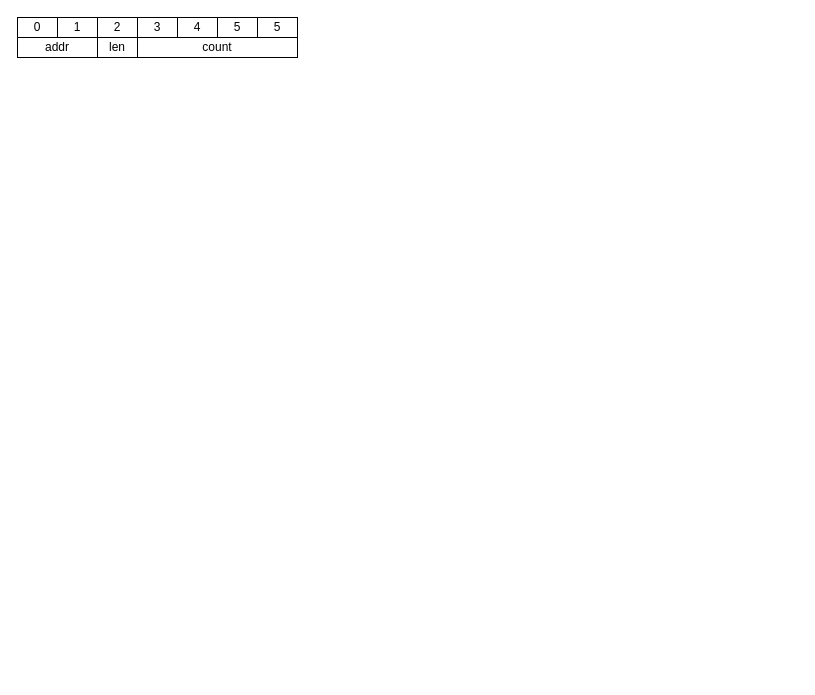
This is page "serial" (4 of 4) of docs/diagrams_src.drawio from korrmet/ytk, a draw.io file, before an edit. Source tidied: cells renumbered, new cells numbered last; positions are measured from the earlier drawing's top-left corner, leaving out a move shared by most shapes. Both pictures are drawn from the tidied source at 100%, with x=0, y=0 at pixel (17, 17).
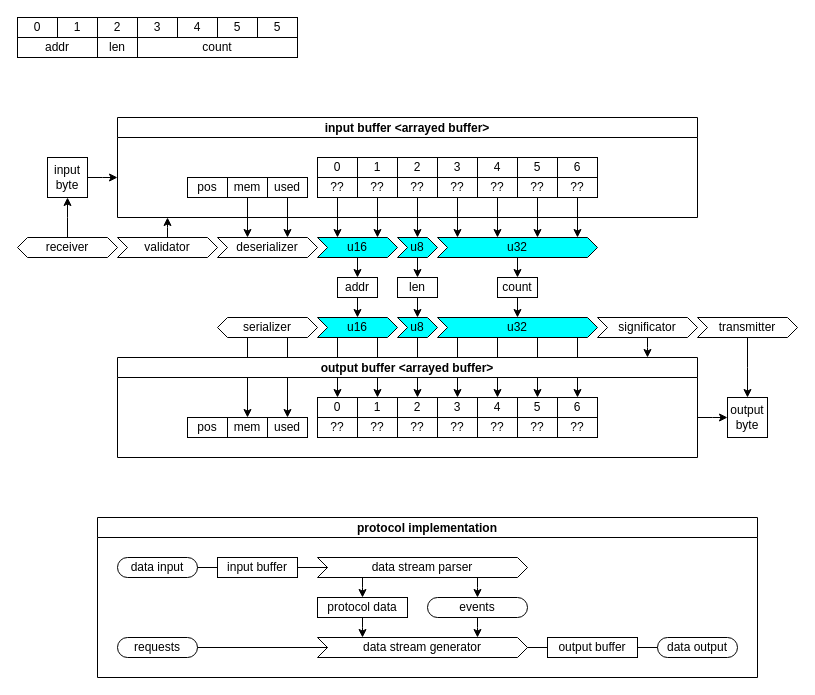
Above is the later version.

Diff of the diagram source:
```diff
@@
+    <mxCell id="12" value="input&lt;br&gt;byte" style="rounded=0;whiteSpace=wrap;html=1;fontFamily=Iosevka;" parent="1" vertex="1">
+      <mxGeometry x="30" y="140" width="40" height="40" as="geometry" />
+    </mxCell>
+    <mxCell id="13" value="addr" style="rounded=0;whiteSpace=wrap;html=1;fontFamily=Iosevka;" parent="1" vertex="1">
+      <mxGeometry x="320" y="260" width="40" height="20" as="geometry" />
+    </mxCell>
+    <mxCell id="14" value="len" style="rounded=0;whiteSpace=wrap;html=1;fontFamily=Iosevka;" parent="1" vertex="1">
+      <mxGeometry x="380" y="260" width="40" height="20" as="geometry" />
+    </mxCell>
+    <mxCell id="15" value="count" style="rounded=0;whiteSpace=wrap;html=1;fontFamily=Iosevka;" parent="1" vertex="1">
+      <mxGeometry x="480" y="260" width="40" height="20" as="geometry" />
+    </mxCell>
+    <mxCell id="16" value="input buffer &lt;arrayed buffer&gt;" style="swimlane;fontFamily=Iosevka;startSize=20;" parent="1" vertex="1">
+      <mxGeometry x="100" y="100" width="580" height="100" as="geometry" />
+    </mxCell>
+    <mxCell id="17" value="0" style="rounded=0;whiteSpace=wrap;html=1;fontFamily=Iosevka;" parent="16" vertex="1">
+      <mxGeometry x="200" y="40" width="40" height="20" as="geometry" />
+    </mxCell>
+    <mxCell id="18" value="1" style="rounded=0;whiteSpace=wrap;html=1;fontFamily=Iosevka;" parent="16" vertex="1">
+      <mxGeometry x="240" y="40" width="40" height="20" as="geometry" />
+    </mxCell>
+    <mxCell id="19" value="2" style="rounded=0;whiteSpace=wrap;html=1;fontFamily=Iosevka;" parent="16" vertex="1">
+      <mxGeometry x="280" y="40" width="40" height="20" as="geometry" />
+    </mxCell>
+    <mxCell id="20" value="3" style="rounded=0;whiteSpace=wrap;html=1;fontFamily=Iosevka;" parent="16" vertex="1">
+      <mxGeometry x="320" y="40" width="40" height="20" as="geometry" />
+    </mxCell>
+    <mxCell id="21" value="4" style="rounded=0;whiteSpace=wrap;html=1;fontFamily=Iosevka;" parent="16" vertex="1">
+      <mxGeometry x="360" y="40" width="40" height="20" as="geometry" />
+    </mxCell>
+    <mxCell id="22" value="5" style="rounded=0;whiteSpace=wrap;html=1;fontFamily=Iosevka;" parent="16" vertex="1">
+      <mxGeometry x="400" y="40" width="40" height="20" as="geometry" />
+    </mxCell>
+    <mxCell id="23" value="6" style="rounded=0;whiteSpace=wrap;html=1;fontFamily=Iosevka;" parent="16" vertex="1">
+      <mxGeometry x="440" y="40" width="40" height="20" as="geometry" />
+    </mxCell>
+    <mxCell id="24" value="??" style="rounded=0;whiteSpace=wrap;html=1;fontFamily=Iosevka;" parent="16" vertex="1">
+      <mxGeometry x="200" y="60" width="40" height="20" as="geometry" />
+    </mxCell>
+    <mxCell id="25" value="??" style="rounded=0;whiteSpace=wrap;html=1;fontFamily=Iosevka;" parent="16" vertex="1">
+      <mxGeometry x="240" y="60" width="40" height="20" as="geometry" />
+    </mxCell>
+    <mxCell id="26" value="??" style="rounded=0;whiteSpace=wrap;html=1;fontFamily=Iosevka;" parent="16" vertex="1">
+      <mxGeometry x="280" y="60" width="40" height="20" as="geometry" />
+    </mxCell>
+    <mxCell id="27" value="??" style="rounded=0;whiteSpace=wrap;html=1;fontFamily=Iosevka;" parent="16" vertex="1">
+      <mxGeometry x="320" y="60" width="40" height="20" as="geometry" />
+    </mxCell>
+    <mxCell id="28" value="??" style="rounded=0;whiteSpace=wrap;html=1;fontFamily=Iosevka;" parent="16" vertex="1">
+      <mxGeometry x="360" y="60" width="40" height="20" as="geometry" />
+    </mxCell>
+    <mxCell id="29" value="??" style="rounded=0;whiteSpace=wrap;html=1;fontFamily=Iosevka;" parent="16" vertex="1">
+      <mxGeometry x="400" y="60" width="40" height="20" as="geometry" />
+    </mxCell>
+    <mxCell id="30" value="??" style="rounded=0;whiteSpace=wrap;html=1;fontFamily=Iosevka;" parent="16" vertex="1">
+      <mxGeometry x="440" y="60" width="40" height="20" as="geometry" />
+    </mxCell>
+    <mxCell id="31" value="used" style="rounded=0;whiteSpace=wrap;html=1;fontFamily=Iosevka;" parent="16" vertex="1">
+      <mxGeometry x="150" y="60" width="40" height="20" as="geometry" />
+    </mxCell>
+    <mxCell id="32" value="mem" style="rounded=0;whiteSpace=wrap;html=1;fontFamily=Iosevka;" parent="16" vertex="1">
+      <mxGeometry x="110" y="60" width="40" height="20" as="geometry" />
+    </mxCell>
+    <mxCell id="33" value="pos" style="rounded=0;whiteSpace=wrap;html=1;fontFamily=Iosevka;" parent="16" vertex="1">
+      <mxGeometry x="70" y="60" width="40" height="20" as="geometry" />
+    </mxCell>
+    <mxCell id="34" style="endArrow=classic;html=1;rounded=0;fontFamily=Iosevka;edgeStyle=elbowEdgeStyle;elbow=vertical;" parent="1" edge="1" source="12" target="16">
+      <mxGeometry relative="1" as="geometry" />
+    </mxCell>
+    <mxCell id="35" style="endArrow=classic;html=1;rounded=0;fontFamily=Iosevka;edgeStyle=elbowEdgeStyle;" parent="1" edge="1" source="24" target="54">
+      <mxGeometry relative="1" as="geometry" />
+    </mxCell>
+    <mxCell id="36" style="endArrow=classic;html=1;rounded=0;fontFamily=Iosevka;edgeStyle=elbowEdgeStyle;" parent="1" edge="1" source="25" target="54">
+      <mxGeometry relative="1" as="geometry" />
+    </mxCell>
+    <mxCell id="37" style="endArrow=classic;html=1;rounded=0;fontFamily=Iosevka;edgeStyle=elbowEdgeStyle;" parent="1" edge="1" source="26" target="55">
+      <mxGeometry relative="1" as="geometry">
+        <Array as="points">
+          <mxPoint x="400" y="220" />
+        </Array>
+      </mxGeometry>
+    </mxCell>
+    <mxCell id="38" style="endArrow=classic;html=1;rounded=0;fontFamily=Iosevka;edgeStyle=elbowEdgeStyle;" parent="1" edge="1" source="27" target="56">
+      <mxGeometry relative="1" as="geometry">
+        <Array as="points">
+          <mxPoint x="440" y="220" />
+        </Array>
+      </mxGeometry>
+    </mxCell>
+    <mxCell id="39" style="endArrow=classic;html=1;rounded=0;fontFamily=Iosevka;edgeStyle=elbowEdgeStyle;" parent="1" edge="1" source="28" target="56">
+      <mxGeometry relative="1" as="geometry" />
+    </mxCell>
+    <mxCell id="40" style="endArrow=classic;html=1;rounded=0;fontFamily=Iosevka;edgeStyle=elbowEdgeStyle;" parent="1" edge="1" source="29" target="56">
+      <mxGeometry relative="1" as="geometry" />
+    </mxCell>
+    <mxCell id="41" style="endArrow=classic;html=1;rounded=0;fontFamily=Iosevka;edgeStyle=elbowEdgeStyle;" parent="1" edge="1" source="30" target="56">
+      <mxGeometry relative="1" as="geometry">
+        <Array as="points">
+          <mxPoint x="560" y="220" />
+        </Array>
+      </mxGeometry>
+    </mxCell>
+    <mxCell id="42" style="endArrow=classic;html=1;rounded=0;fontFamily=Iosevka;" parent="1" edge="1" target="13">
+      <mxGeometry relative="1" as="geometry">
+        <mxPoint x="340" y="240" as="sourcePoint" />
+      </mxGeometry>
+    </mxCell>
+    <mxCell id="43" style="endArrow=classic;html=1;rounded=0;fontFamily=Iosevka;" parent="1" edge="1" target="14">
+      <mxGeometry relative="1" as="geometry">
+        <mxPoint x="400" y="240" as="sourcePoint" />
+      </mxGeometry>
+    </mxCell>
+    <mxCell id="44" style="endArrow=classic;html=1;rounded=0;fontFamily=Iosevka;" parent="1" edge="1" target="15">
+      <mxGeometry relative="1" as="geometry">
+        <mxPoint x="500" y="240" as="sourcePoint" />
+      </mxGeometry>
+    </mxCell>
+    <mxCell id="45" style="endArrow=classic;html=1;rounded=0;fontFamily=Iosevka;edgeStyle=elbowEdgeStyle;" parent="1" edge="1" source="31" target="53">
+      <mxGeometry relative="1" as="geometry" />
+    </mxCell>
+    <mxCell id="46" style="endArrow=classic;html=1;rounded=0;fontFamily=Iosevka;edgeStyle=elbowEdgeStyle;" parent="1" edge="1" source="32" target="53">
+      <mxGeometry relative="1" as="geometry" />
+    </mxCell>
+    <mxCell id="47" style="endArrow=classic;html=1;rounded=0;fontFamily=Iosevka;" parent="1" edge="1" source="13" target="57">
+      <mxGeometry relative="1" as="geometry" />
+    </mxCell>
+    <mxCell id="48" style="endArrow=classic;html=1;rounded=0;fontFamily=Iosevka;" parent="1" edge="1" source="14" target="58">
+      <mxGeometry relative="1" as="geometry" />
+    </mxCell>
+    <mxCell id="49" style="endArrow=classic;html=1;rounded=0;fontFamily=Iosevka;" parent="1" edge="1" source="15">
+      <mxGeometry relative="1" as="geometry">
+        <mxPoint x="500" y="300" as="targetPoint" />
+      </mxGeometry>
+    </mxCell>
+    <mxCell id="50" value="output&lt;br&gt;byte" style="rounded=0;whiteSpace=wrap;html=1;fontFamily=Iosevka;" parent="1" vertex="1">
+      <mxGeometry x="710" y="380" width="40" height="40" as="geometry" />
+    </mxCell>
+    <mxCell id="51" style="endArrow=classic;html=1;rounded=0;fontFamily=Iosevka;edgeStyle=elbowEdgeStyle;elbow=vertical;" parent="1" edge="1" source="77" target="50">
+      <mxGeometry relative="1" as="geometry" />
+    </mxCell>
+    <mxCell id="52" value="validator" style="shape=step;perimeter=stepPerimeter;whiteSpace=wrap;html=1;fixedSize=1;fontFamily=Iosevka;size=10;" parent="1" vertex="1">
+      <mxGeometry x="100" y="220" width="100" height="20" as="geometry" />
+    </mxCell>
+    <mxCell id="53" value="deserializer" style="shape=step;perimeter=stepPerimeter;whiteSpace=wrap;html=1;fixedSize=1;fontFamily=Iosevka;size=10;" parent="1" vertex="1">
+      <mxGeometry x="200" y="220" width="100" height="20" as="geometry" />
+    </mxCell>
+    <mxCell id="54" value="u16" style="shape=step;perimeter=stepPerimeter;whiteSpace=wrap;html=1;fixedSize=1;fontFamily=Iosevka;size=10;fillColor=#00FFFF;" parent="1" vertex="1">
+      <mxGeometry x="300" y="220" width="80" height="20" as="geometry" />
+    </mxCell>
+    <mxCell id="55" value="u8" style="shape=step;perimeter=stepPerimeter;whiteSpace=wrap;html=1;fixedSize=1;fontFamily=Iosevka;size=10;fillColor=#00FFFF;" parent="1" vertex="1">
+      <mxGeometry x="380" y="220" width="40" height="20" as="geometry" />
+    </mxCell>
+    <mxCell id="56" value="u32" style="shape=step;perimeter=stepPerimeter;whiteSpace=wrap;html=1;fixedSize=1;fontFamily=Iosevka;size=10;fillColor=#00FFFF;" parent="1" vertex="1">
+      <mxGeometry x="420" y="220" width="160" height="20" as="geometry" />
+    </mxCell>
+    <mxCell id="57" value="u16" style="shape=step;perimeter=stepPerimeter;whiteSpace=wrap;html=1;fixedSize=1;fontFamily=Iosevka;size=10;fillColor=#00FFFF;" parent="1" vertex="1">
+      <mxGeometry x="300" y="300" width="80" height="20" as="geometry" />
+    </mxCell>
+    <mxCell id="58" value="u8" style="shape=step;perimeter=stepPerimeter;whiteSpace=wrap;html=1;fixedSize=1;fontFamily=Iosevka;size=10;fillColor=#00FFFF;" parent="1" vertex="1">
+      <mxGeometry x="380" y="300" width="40" height="20" as="geometry" />
+    </mxCell>
+    <mxCell id="59" value="u32" style="shape=step;perimeter=stepPerimeter;whiteSpace=wrap;html=1;fixedSize=1;fontFamily=Iosevka;size=10;fillColor=#00FFFF;" parent="1" vertex="1">
+      <mxGeometry x="420" y="300" width="160" height="20" as="geometry" />
+    </mxCell>
+    <mxCell id="60" value="significator" style="shape=step;perimeter=stepPerimeter;whiteSpace=wrap;html=1;fixedSize=1;fontFamily=Iosevka;size=10;" parent="1" vertex="1">
+      <mxGeometry x="580" y="300" width="100" height="20" as="geometry" />
+    </mxCell>
+    <mxCell id="61" value="receiver" style="shape=hexagon;perimeter=hexagonPerimeter2;whiteSpace=wrap;html=1;fixedSize=1;fontFamily=Iosevka;size=10;" parent="1" vertex="1">
+      <mxGeometry y="220" width="100" height="20" as="geometry" />
+    </mxCell>
+    <mxCell id="62" value="transmitter" style="shape=step;perimeter=stepPerimeter;whiteSpace=wrap;html=1;fixedSize=1;fontFamily=Iosevka;size=10;" parent="1" vertex="1">
+      <mxGeometry x="680" y="300" width="100" height="20" as="geometry" />
+    </mxCell>
+    <mxCell id="63" value="serializer" style="shape=hexagon;perimeter=hexagonPerimeter2;whiteSpace=wrap;html=1;fixedSize=1;fontFamily=Iosevka;size=10;" parent="1" vertex="1">
+      <mxGeometry x="200" y="300" width="100" height="20" as="geometry" />
+    </mxCell>
+    <mxCell id="64" style="endArrow=classic;html=1;rounded=0;fontFamily=Iosevka;edgeStyle=elbowEdgeStyle;" parent="1" edge="1" source="61" target="12">
+      <mxGeometry relative="1" as="geometry" />
+    </mxCell>
+    <mxCell id="65" style="endArrow=classic;html=1;rounded=0;fontFamily=Iosevka;edgeStyle=elbowEdgeStyle;" parent="1" edge="1" source="62" target="50">
+      <mxGeometry relative="1" as="geometry" />
+    </mxCell>
+    <mxCell id="66" style="endArrow=classic;html=1;rounded=0;fontFamily=Iosevka;edgeStyle=elbowEdgeStyle;" parent="1" edge="1" source="63" target="93">
+      <mxGeometry relative="1" as="geometry" />
+    </mxCell>
+    <mxCell id="67" style="endArrow=classic;html=1;rounded=0;fontFamily=Iosevka;edgeStyle=elbowEdgeStyle;" parent="1" edge="1" source="63" target="92">
+      <mxGeometry relative="1" as="geometry" />
+    </mxCell>
+    <mxCell id="68" style="endArrow=classic;html=1;rounded=0;fontFamily=Iosevka;edgeStyle=elbowEdgeStyle;" parent="1" edge="1" source="57" target="78">
+      <mxGeometry relative="1" as="geometry" />
+    </mxCell>
+    <mxCell id="69" style="endArrow=classic;html=1;rounded=0;fontFamily=Iosevka;edgeStyle=elbowEdgeStyle;" parent="1" edge="1" source="57" target="79">
+      <mxGeometry relative="1" as="geometry" />
+    </mxCell>
+    <mxCell id="70" style="endArrow=classic;html=1;rounded=0;fontFamily=Iosevka;edgeStyle=elbowEdgeStyle;" parent="1" edge="1" source="58" target="80">
+      <mxGeometry relative="1" as="geometry" />
+    </mxCell>
+    <mxCell id="71" style="endArrow=classic;html=1;rounded=0;fontFamily=Iosevka;edgeStyle=elbowEdgeStyle;" parent="1" edge="1" source="59" target="81">
+      <mxGeometry relative="1" as="geometry" />
+    </mxCell>
+    <mxCell id="72" style="endArrow=classic;html=1;rounded=0;fontFamily=Iosevka;edgeStyle=elbowEdgeStyle;" parent="1" edge="1" source="59" target="82">
+      <mxGeometry relative="1" as="geometry" />
+    </mxCell>
+    <mxCell id="73" style="endArrow=classic;html=1;rounded=0;fontFamily=Iosevka;edgeStyle=elbowEdgeStyle;" parent="1" edge="1" source="59" target="83">
+      <mxGeometry relative="1" as="geometry" />
+    </mxCell>
+    <mxCell id="74" style="endArrow=classic;html=1;rounded=0;fontFamily=Iosevka;edgeStyle=elbowEdgeStyle;" parent="1" edge="1" source="59" target="84">
+      <mxGeometry relative="1" as="geometry" />
+    </mxCell>
+    <mxCell id="75" style="endArrow=classic;html=1;rounded=0;fontFamily=Iosevka;edgeStyle=elbowEdgeStyle;" parent="1" edge="1" source="60" target="77">
+      <mxGeometry relative="1" as="geometry" />
+    </mxCell>
+    <mxCell id="76" style="endArrow=classic;html=1;rounded=0;fontFamily=Iosevka;edgeStyle=elbowEdgeStyle;" parent="1" edge="1" source="52" target="16">
+      <mxGeometry relative="1" as="geometry" />
+    </mxCell>
+    <mxCell id="77" value="output buffer &lt;arrayed buffer&gt;" style="swimlane;fontFamily=Iosevka;startSize=20;" parent="1" vertex="1">
+      <mxGeometry x="100" y="340" width="580" height="100" as="geometry" />
+    </mxCell>
+    <mxCell id="78" value="0" style="rounded=0;whiteSpace=wrap;html=1;fontFamily=Iosevka;" parent="77" vertex="1">
+      <mxGeometry x="200" y="40" width="40" height="20" as="geometry" />
+    </mxCell>
+    <mxCell id="79" value="1" style="rounded=0;whiteSpace=wrap;html=1;fontFamily=Iosevka;" parent="77" vertex="1">
+      <mxGeometry x="240" y="40" width="40" height="20" as="geometry" />
+    </mxCell>
+    <mxCell id="80" value="2" style="rounded=0;whiteSpace=wrap;html=1;fontFamily=Iosevka;" parent="77" vertex="1">
+      <mxGeometry x="280" y="40" width="40" height="20" as="geometry" />
+    </mxCell>
+    <mxCell id="81" value="3" style="rounded=0;whiteSpace=wrap;html=1;fontFamily=Iosevka;" parent="77" vertex="1">
+      <mxGeometry x="320" y="40" width="40" height="20" as="geometry" />
+    </mxCell>
+    <mxCell id="82" value="4" style="rounded=0;whiteSpace=wrap;html=1;fontFamily=Iosevka;" parent="77" vertex="1">
+      <mxGeometry x="360" y="40" width="40" height="20" as="geometry" />
+    </mxCell>
+    <mxCell id="83" value="5" style="rounded=0;whiteSpace=wrap;html=1;fontFamily=Iosevka;" parent="77" vertex="1">
+      <mxGeometry x="400" y="40" width="40" height="20" as="geometry" />
+    </mxCell>
+    <mxCell id="84" value="6" style="rounded=0;whiteSpace=wrap;html=1;fontFamily=Iosevka;" parent="77" vertex="1">
+      <mxGeometry x="440" y="40" width="40" height="20" as="geometry" />
+    </mxCell>
+    <mxCell id="85" value="??" style="rounded=0;whiteSpace=wrap;html=1;fontFamily=Iosevka;" parent="77" vertex="1">
+      <mxGeometry x="200" y="60" width="40" height="20" as="geometry" />
+    </mxCell>
+    <mxCell id="86" value="??" style="rounded=0;whiteSpace=wrap;html=1;fontFamily=Iosevka;" parent="77" vertex="1">
+      <mxGeometry x="240" y="60" width="40" height="20" as="geometry" />
+    </mxCell>
+    <mxCell id="87" value="??" style="rounded=0;whiteSpace=wrap;html=1;fontFamily=Iosevka;" parent="77" vertex="1">
+      <mxGeometry x="280" y="60" width="40" height="20" as="geometry" />
+    </mxCell>
+    <mxCell id="88" value="??" style="rounded=0;whiteSpace=wrap;html=1;fontFamily=Iosevka;" parent="77" vertex="1">
+      <mxGeometry x="320" y="60" width="40" height="20" as="geometry" />
+    </mxCell>
+    <mxCell id="89" value="??" style="rounded=0;whiteSpace=wrap;html=1;fontFamily=Iosevka;" parent="77" vertex="1">
+      <mxGeometry x="360" y="60" width="40" height="20" as="geometry" />
+    </mxCell>
+    <mxCell id="90" value="??" style="rounded=0;whiteSpace=wrap;html=1;fontFamily=Iosevka;" parent="77" vertex="1">
+      <mxGeometry x="400" y="60" width="40" height="20" as="geometry" />
+    </mxCell>
+    <mxCell id="91" value="??" style="rounded=0;whiteSpace=wrap;html=1;fontFamily=Iosevka;" parent="77" vertex="1">
+      <mxGeometry x="440" y="60" width="40" height="20" as="geometry" />
+    </mxCell>
+    <mxCell id="92" value="used" style="rounded=0;whiteSpace=wrap;html=1;fontFamily=Iosevka;" parent="77" vertex="1">
+      <mxGeometry x="150" y="60" width="40" height="20" as="geometry" />
+    </mxCell>
+    <mxCell id="93" value="mem" style="rounded=0;whiteSpace=wrap;html=1;fontFamily=Iosevka;" parent="77" vertex="1">
+      <mxGeometry x="110" y="60" width="40" height="20" as="geometry" />
+    </mxCell>
+    <mxCell id="94" value="pos" style="rounded=0;whiteSpace=wrap;html=1;fontFamily=Iosevka;" parent="77" vertex="1">
+      <mxGeometry x="70" y="60" width="40" height="20" as="geometry" />
+    </mxCell>
+    <mxCell id="95" value="protocol implementation" style="swimlane;fontFamily=Iosevka;fillColor=#FFFFFF;startSize=20;" parent="1" vertex="1">
+      <mxGeometry x="80" y="500" width="660" height="160" as="geometry" />
+    </mxCell>
+    <mxCell id="96" value="data stream parser" style="shape=step;perimeter=stepPerimeter;whiteSpace=wrap;html=1;fixedSize=1;fontFamily=Iosevka;fillColor=#FFFFFF;size=10;" parent="95" vertex="1">
+      <mxGeometry x="220" y="40" width="210" height="20" as="geometry" />
+    </mxCell>
+    <mxCell id="97" value="data stream generator" style="shape=step;perimeter=stepPerimeter;whiteSpace=wrap;html=1;fixedSize=1;fontFamily=Iosevka;fillColor=#FFFFFF;size=10;" parent="95" vertex="1">
+      <mxGeometry x="220" y="120" width="210" height="20" as="geometry" />
+    </mxCell>
+    <mxCell id="98" value="protocol data" style="rounded=0;whiteSpace=wrap;html=1;fontFamily=Iosevka;fillColor=#FFFFFF;" parent="95" vertex="1">
+      <mxGeometry x="220" y="80" width="90" height="20" as="geometry" />
+    </mxCell>
+    <mxCell id="99" value="data input" style="rounded=1;whiteSpace=wrap;html=1;fontFamily=Iosevka;fillColor=#FFFFFF;arcSize=50;" parent="95" vertex="1">
+      <mxGeometry x="20" y="40" width="80" height="20" as="geometry" />
+    </mxCell>
+    <mxCell id="100" value="data output" style="rounded=1;whiteSpace=wrap;html=1;fontFamily=Iosevka;fillColor=#FFFFFF;arcSize=50;" parent="95" vertex="1">
+      <mxGeometry x="560" y="120" width="80" height="20" as="geometry" />
+    </mxCell>
+    <mxCell id="101" value="events" style="rounded=1;whiteSpace=wrap;html=1;fontFamily=Iosevka;fillColor=#FFFFFF;arcSize=50;" parent="95" vertex="1">
+      <mxGeometry x="330" y="80" width="100" height="20" as="geometry" />
+    </mxCell>
+    <mxCell id="102" value="requests" style="rounded=1;whiteSpace=wrap;html=1;fontFamily=Iosevka;fillColor=#FFFFFF;arcSize=50;" parent="95" vertex="1">
+      <mxGeometry x="20" y="120" width="80" height="20" as="geometry" />
+    </mxCell>
+    <mxCell id="103" value="input buffer" style="rounded=0;whiteSpace=wrap;html=1;fontFamily=Iosevka;fillColor=#FFFFFF;" parent="95" vertex="1">
+      <mxGeometry x="120" y="40" width="80" height="20" as="geometry" />
+    </mxCell>
+    <mxCell id="104" value="output buffer" style="rounded=0;whiteSpace=wrap;html=1;fontFamily=Iosevka;fillColor=#FFFFFF;" parent="95" vertex="1">
+      <mxGeometry x="450" y="120" width="90" height="20" as="geometry" />
+    </mxCell>
+    <mxCell id="105" style="endArrow=none;html=1;rounded=0;fontFamily=Iosevka;" parent="95" edge="1" source="103" target="96">
+      <mxGeometry relative="1" as="geometry" />
+    </mxCell>
+    <mxCell id="106" style="endArrow=classic;html=1;rounded=0;fontFamily=Iosevka;edgeStyle=elbowEdgeStyle;" parent="95" edge="1" source="96" target="101">
+      <mxGeometry relative="1" as="geometry" />
+    </mxCell>
+    <mxCell id="107" style="endArrow=classic;html=1;rounded=0;fontFamily=Iosevka;edgeStyle=elbowEdgeStyle;" parent="95" edge="1" source="96" target="98">
+      <mxGeometry relative="1" as="geometry" />
+    </mxCell>
+    <mxCell id="108" style="endArrow=classic;html=1;rounded=0;fontFamily=Iosevka;edgeStyle=elbowEdgeStyle;" parent="95" edge="1" source="98" target="97">
+      <mxGeometry relative="1" as="geometry" />
+    </mxCell>
+    <mxCell id="109" style="endArrow=none;html=1;rounded=0;fontFamily=Iosevka;" parent="95" edge="1" source="97" target="104">
+      <mxGeometry relative="1" as="geometry" />
+    </mxCell>
+    <mxCell id="110" style="endArrow=classic;html=1;rounded=0;fontFamily=Iosevka;edgeStyle=elbowEdgeStyle;" parent="95" edge="1" source="101" target="97">
+      <mxGeometry relative="1" as="geometry" />
+    </mxCell>
+    <mxCell id="111" style="endArrow=none;html=1;rounded=0;fontFamily=Iosevka;" parent="95" edge="1" source="99" target="103">
+      <mxGeometry relative="1" as="geometry" />
+    </mxCell>
+    <mxCell id="112" style="endArrow=none;html=1;rounded=0;fontFamily=Iosevka;" parent="95" edge="1" source="102" target="97">
+      <mxGeometry relative="1" as="geometry" />
+    </mxCell>
+    <mxCell id="113" style="endArrow=none;html=1;rounded=0;fontFamily=Iosevka;" parent="95" edge="1" source="104" target="100">
+      <mxGeometry relative="1" as="geometry" />
+    </mxCell>
```
